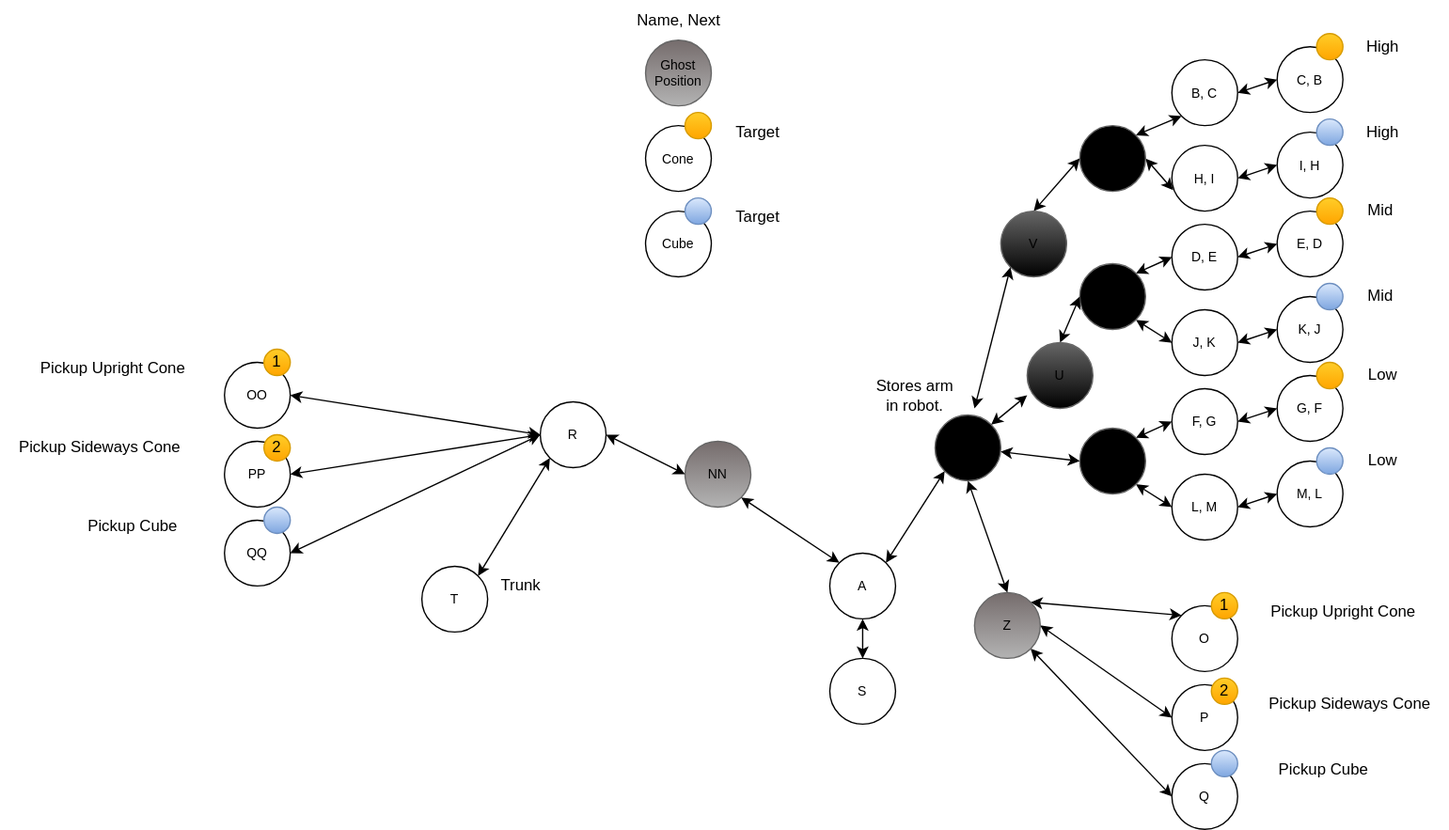
RossRambotics/2023-ChargedUp keeps this draw.io diagram as src/main/java/frc/robot/subsystems/Arm/arm.drawio.svg. Above is the earlier version. Source tidied: cells renumbered, new cells last; positions are measured from the earlier drawing's top-left corner, leaving out a move shared by most shapes.
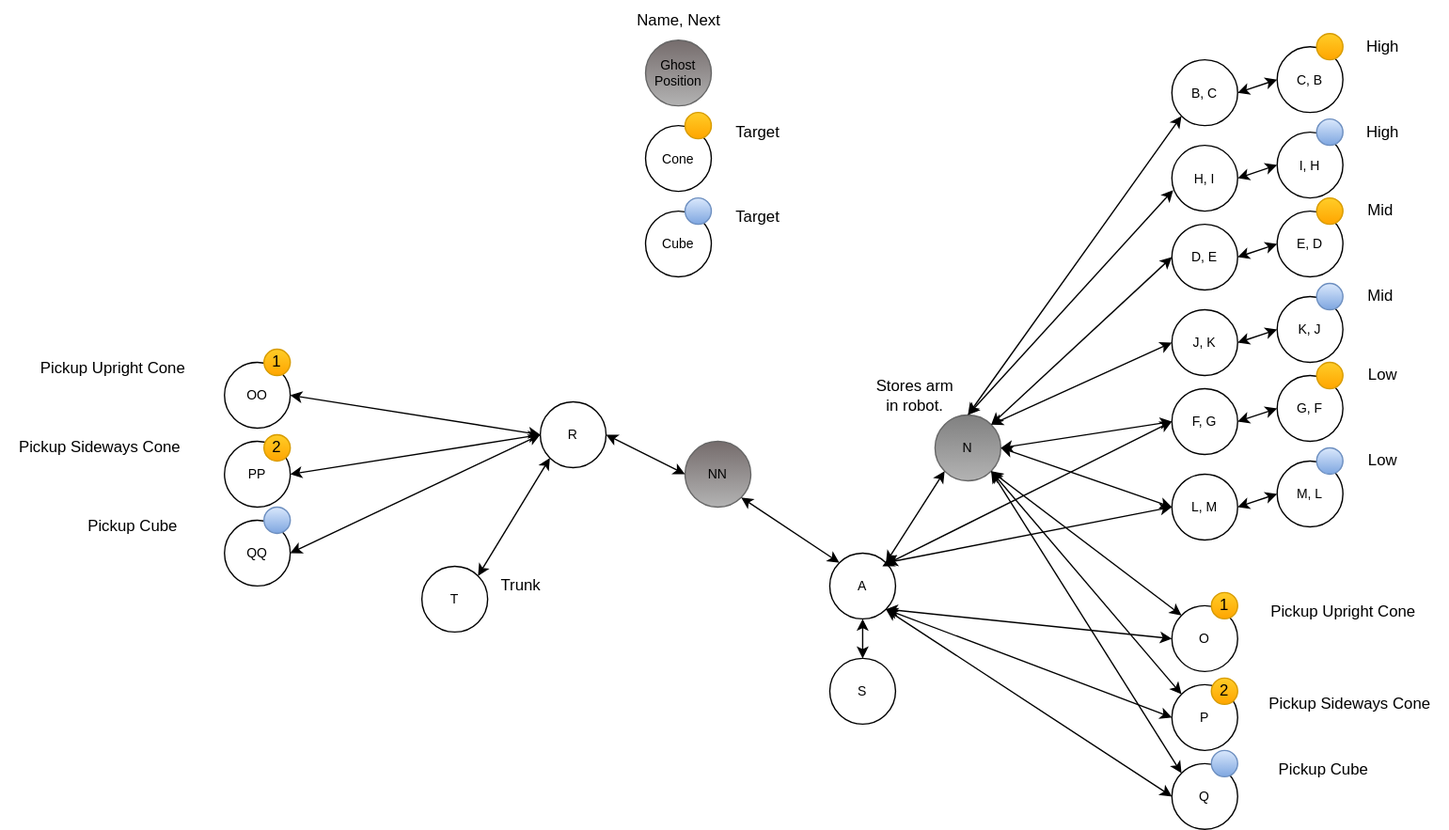
Later version of the same file.

Change to the diagram source:
```diff
@@ -5,7 +5,7 @@
     <mxCell id="2" value="Name, Next&lt;br&gt;" style="text;html=1;align=center;verticalAlign=middle;strokeColor=none;fillColor=none;" parent="1" vertex="1">
       <mxGeometry x="470" width="90" height="30" as="geometry" />
     </mxCell>
-    <mxCell id="3" value="N" style="ellipse;whiteSpace=wrap;html=1;fontSize=10;fillColor=#000000;gradientColor=none;strokeColor=#666666;" parent="1" vertex="1">
+    <mxCell id="3" value="N" style="ellipse;whiteSpace=wrap;html=1;fontSize=10;fillColor=#808080;gradientColor=#b3b3b3;strokeColor=#666666;" parent="1" vertex="1">
       <mxGeometry x="710" y="315" width="50" height="50" as="geometry" />
     </mxCell>
     <mxCell id="4" value="B, C" style="ellipse;whiteSpace=wrap;html=1;fontSize=10;" parent="1" vertex="1">
@@ -17,7 +17,7 @@
     <mxCell id="6" style="edgeStyle=none;html=1;exitX=0;exitY=0.5;exitDx=0;exitDy=0;entryX=1;entryY=0.5;entryDx=0;entryDy=0;fontSize=10;startArrow=classic;startFill=1;" parent="1" edge="1" source="5" target="4">
       <mxGeometry relative="1" as="geometry" />
     </mxCell>
-    <mxCell id="7" style="edgeStyle=none;html=1;exitX=0;exitY=1;exitDx=0;exitDy=0;entryX=1;entryY=0;entryDx=0;entryDy=0;fontSize=10;startArrow=classic;startFill=1;" parent="1" edge="1" source="4" target="83">
+    <mxCell id="7" style="edgeStyle=none;html=1;exitX=0;exitY=1;exitDx=0;exitDy=0;entryX=0.5;entryY=0;entryDx=0;entryDy=0;fontSize=10;startArrow=classic;startFill=1;" parent="1" edge="1" source="4" target="3">
       <mxGeometry relative="1" as="geometry" />
     </mxCell>
     <mxCell id="8" style="ellipse;whiteSpace=wrap;html=1;fillColor=#ffcd28;gradientColor=#ffa500;strokeColor=#d79b00;" parent="1" vertex="1">
@@ -56,10 +56,10 @@
     <mxCell id="19" value="Low" style="text;html=1;align=center;verticalAlign=middle;strokeColor=none;fillColor=none;" parent="1" vertex="1">
       <mxGeometry x="1025" y="270" width="50" height="30" as="geometry" />
     </mxCell>
-    <mxCell id="20" style="edgeStyle=none;html=1;exitX=0;exitY=0.5;exitDx=0;exitDy=0;entryX=1;entryY=0;entryDx=0;entryDy=0;fontSize=10;startArrow=classic;startFill=1;" parent="1" edge="1" source="9" target="84">
+    <mxCell id="20" style="edgeStyle=none;html=1;exitX=0;exitY=0.5;exitDx=0;exitDy=0;entryX=1;entryY=0;entryDx=0;entryDy=0;fontSize=10;startArrow=classic;startFill=1;" parent="1" edge="1" source="9" target="3">
       <mxGeometry relative="1" as="geometry" />
     </mxCell>
-    <mxCell id="21" style="edgeStyle=none;html=1;exitX=0;exitY=0.5;exitDx=0;exitDy=0;entryX=1;entryY=0;entryDx=0;entryDy=0;fontSize=10;startArrow=classic;startFill=1;" parent="1" edge="1" source="14" target="85">
+    <mxCell id="21" style="edgeStyle=none;html=1;exitX=0;exitY=0.5;exitDx=0;exitDy=0;entryX=1;entryY=0.5;entryDx=0;entryDy=0;fontSize=10;startArrow=classic;startFill=1;" parent="1" edge="1" source="14" target="3">
       <mxGeometry relative="1" as="geometry" />
     </mxCell>
     <mxCell id="22" value="H, I" style="ellipse;whiteSpace=wrap;html=1;fontSize=10;" parent="1" vertex="1">
@@ -107,13 +107,13 @@
     <mxCell id="36" value="Low" style="text;html=1;align=center;verticalAlign=middle;strokeColor=none;fillColor=none;" parent="1" vertex="1">
       <mxGeometry x="1025" y="335" width="50" height="30" as="geometry" />
     </mxCell>
-    <mxCell id="37" style="edgeStyle=none;html=1;exitX=0.02;exitY=0.68;exitDx=0;exitDy=0;entryX=1;entryY=0.5;entryDx=0;entryDy=0;fontSize=10;startArrow=classic;startFill=1;exitPerimeter=0;" parent="1" edge="1" source="22" target="83">
+    <mxCell id="37" style="edgeStyle=none;html=1;exitX=0.02;exitY=0.68;exitDx=0;exitDy=0;entryX=0.5;entryY=0;entryDx=0;entryDy=0;fontSize=10;startArrow=classic;startFill=1;exitPerimeter=0;" parent="1" edge="1" source="22" target="3">
       <mxGeometry relative="1" as="geometry" />
     </mxCell>
-    <mxCell id="38" style="edgeStyle=none;html=1;exitX=0;exitY=0.5;exitDx=0;exitDy=0;entryX=1;entryY=1;entryDx=0;entryDy=0;fontSize=10;startArrow=classic;startFill=1;" parent="1" edge="1" source="26" target="84">
+    <mxCell id="38" style="edgeStyle=none;html=1;exitX=0;exitY=0.5;exitDx=0;exitDy=0;entryX=1;entryY=0;entryDx=0;entryDy=0;fontSize=10;startArrow=classic;startFill=1;" parent="1" edge="1" source="26" target="3">
       <mxGeometry relative="1" as="geometry" />
     </mxCell>
-    <mxCell id="39" style="edgeStyle=none;html=1;exitX=0;exitY=0.5;exitDx=0;exitDy=0;entryX=1;entryY=1;entryDx=0;entryDy=0;fontSize=10;startArrow=classic;startFill=1;" parent="1" edge="1" source="31" target="85">
+    <mxCell id="39" style="edgeStyle=none;html=1;exitX=0;exitY=0.5;exitDx=0;exitDy=0;entryX=1;entryY=0.5;entryDx=0;entryDy=0;fontSize=10;startArrow=classic;startFill=1;" parent="1" edge="1" source="31" target="3">
       <mxGeometry relative="1" as="geometry" />
     </mxCell>
     <mxCell id="40" value="A" style="ellipse;whiteSpace=wrap;html=1;fontSize=10;" parent="1" vertex="1">
@@ -152,7 +152,7 @@
     <mxCell id="51" value="O" style="ellipse;whiteSpace=wrap;html=1;fontSize=10;" parent="1" vertex="1">
       <mxGeometry x="890" y="460" width="50" height="50" as="geometry" />
     </mxCell>
-    <mxCell id="52" style="edgeStyle=none;html=1;exitX=0;exitY=0;exitDx=0;exitDy=0;fontSize=10;startArrow=classic;startFill=1;entryX=1;entryY=0;entryDx=0;entryDy=0;" parent="1" edge="1" source="51" target="82">
+    <mxCell id="52" style="edgeStyle=none;html=1;exitX=0;exitY=0.5;exitDx=0;exitDy=0;fontSize=10;startArrow=classic;startFill=1;entryX=1;entryY=1;entryDx=0;entryDy=0;" parent="1" edge="1" source="51" target="40">
       <mxGeometry relative="1" as="geometry" />
     </mxCell>
     <mxCell id="53" value="P" style="ellipse;whiteSpace=wrap;html=1;fontSize=10;" parent="1" vertex="1">
@@ -170,10 +170,10 @@
     <mxCell id="57" style="ellipse;whiteSpace=wrap;html=1;fillColor=#dae8fc;gradientColor=#7ea6e0;strokeColor=#6c8ebf;" parent="1" vertex="1">
       <mxGeometry x="920" y="570" width="20" height="20" as="geometry" />
     </mxCell>
-    <mxCell id="58" style="edgeStyle=none;html=1;exitX=0;exitY=0.5;exitDx=0;exitDy=0;fontSize=10;startArrow=classic;startFill=1;entryX=1;entryY=0.5;entryDx=0;entryDy=0;" parent="1" edge="1" source="53" target="82">
+    <mxCell id="58" style="edgeStyle=none;html=1;exitX=0;exitY=0.5;exitDx=0;exitDy=0;fontSize=10;startArrow=classic;startFill=1;entryX=1;entryY=1;entryDx=0;entryDy=0;" parent="1" edge="1" source="53" target="40">
       <mxGeometry relative="1" as="geometry" />
     </mxCell>
-    <mxCell id="59" style="edgeStyle=none;html=1;exitX=0;exitY=0.5;exitDx=0;exitDy=0;fontSize=10;startArrow=classic;startFill=1;entryX=1;entryY=1;entryDx=0;entryDy=0;" parent="1" edge="1" source="54" target="82">
+    <mxCell id="59" style="edgeStyle=none;html=1;exitX=0;exitY=0.5;exitDx=0;exitDy=0;fontSize=10;startArrow=classic;startFill=1;entryX=1;entryY=1;entryDx=0;entryDy=0;" parent="1" edge="1" source="54" target="40">
       <mxGeometry relative="1" as="geometry" />
     </mxCell>
     <mxCell id="60" value="Pickup Cube&amp;nbsp; &amp;nbsp;&amp;nbsp;" style="text;html=1;align=center;verticalAlign=middle;strokeColor=none;fillColor=none;" parent="1" vertex="1">
@@ -242,46 +242,25 @@
     <mxCell id="81" value="Trunk" style="text;html=1;align=center;verticalAlign=middle;strokeColor=none;fillColor=none;" parent="1" vertex="1">
       <mxGeometry x="370" y="430" width="50" height="30" as="geometry" />
     </mxCell>
-    <mxCell id="82" value="Z" style="ellipse;whiteSpace=wrap;html=1;fontSize=10;fillColor=#756c6c;gradientColor=#b3b3b3;strokeColor=#666666;" parent="1" vertex="1">
-      <mxGeometry x="740" y="450" width="50" height="50" as="geometry" />
-    </mxCell>
-    <mxCell id="83" value="Y" style="ellipse;whiteSpace=wrap;html=1;fontSize=10;fillColor=#000000;gradientColor=none;strokeColor=#666666;" parent="1" vertex="1">
-      <mxGeometry x="820" y="95" width="50" height="50" as="geometry" />
-    </mxCell>
-    <mxCell id="84" value="X" style="ellipse;whiteSpace=wrap;html=1;fontSize=10;fillColor=#000000;gradientColor=none;strokeColor=#666666;" parent="1" vertex="1">
-      <mxGeometry x="820" y="200" width="50" height="50" as="geometry" />
-    </mxCell>
-    <mxCell id="85" value="W" style="ellipse;whiteSpace=wrap;html=1;fontSize=10;fillColor=#000000;gradientColor=none;strokeColor=#666666;" parent="1" vertex="1">
-      <mxGeometry x="820" y="325" width="50" height="50" as="geometry" />
-    </mxCell>
-    <mxCell id="86" style="edgeStyle=none;html=1;exitX=0;exitY=0.5;exitDx=0;exitDy=0;fontSize=10;startArrow=classic;startFill=1;" parent="1" edge="1" source="85" target="3">
-      <mxGeometry relative="1" as="geometry" />
-    </mxCell>
-    <mxCell id="87" style="edgeStyle=none;html=1;exitX=0;exitY=0.5;exitDx=0;exitDy=0;fontSize=10;startArrow=classic;startFill=1;entryX=0.5;entryY=0;entryDx=0;entryDy=0;" parent="1" edge="1" source="84" target="93">
-      <mxGeometry relative="1" as="geometry" />
-    </mxCell>
-    <mxCell id="88" style="edgeStyle=none;html=1;exitX=0;exitY=0.5;exitDx=0;exitDy=0;fontSize=10;startArrow=classic;startFill=1;entryX=0.5;entryY=0;entryDx=0;entryDy=0;" parent="1" edge="1" source="83" target="89">
-      <mxGeometry relative="1" as="geometry" />
-    </mxCell>
-    <mxCell id="89" value="&amp;nbsp;V" style="ellipse;whiteSpace=wrap;html=1;fontSize=10;fillColor=#666666;gradientColor=default;strokeColor=#666666;" parent="1" vertex="1">
-      <mxGeometry x="760" y="160" width="50" height="50" as="geometry" />
-    </mxCell>
-    <mxCell id="90" style="edgeStyle=none;html=1;exitX=0;exitY=1;exitDx=0;exitDy=0;fontSize=10;startArrow=classic;startFill=1;" parent="1" edge="1" source="89">
-      <mxGeometry relative="1" as="geometry">
-        <mxPoint x="740" y="310" as="targetPoint" />
-      </mxGeometry>
-    </mxCell>
-    <mxCell id="91" style="edgeStyle=none;html=1;exitX=0.5;exitY=0;exitDx=0;exitDy=0;fontSize=10;startArrow=classic;startFill=1;entryX=0.5;entryY=1;entryDx=0;entryDy=0;" parent="1" edge="1" source="82" target="3">
-      <mxGeometry relative="1" as="geometry" />
-    </mxCell>
     <mxCell id="92" value="Stores arm in robot." style="text;strokeColor=none;align=center;fillColor=none;html=1;verticalAlign=middle;whiteSpace=wrap;rounded=0;" parent="1" vertex="1">
       <mxGeometry x="660" y="285" width="70" height="30" as="geometry" />
     </mxCell>
-    <mxCell id="93" value="U" style="ellipse;whiteSpace=wrap;html=1;fontSize=10;fillColor=#666666;gradientColor=default;strokeColor=#666666;" parent="1" vertex="1">
-      <mxGeometry x="780" y="260" width="50" height="50" as="geometry" />
-    </mxCell>
-    <mxCell id="94" style="edgeStyle=none;html=1;exitX=0;exitY=0.8;exitDx=0;exitDy=0;fontSize=10;startArrow=classic;startFill=1;entryX=1;entryY=0;entryDx=0;entryDy=0;exitPerimeter=0;" parent="1" edge="1" source="93" target="3">
-      <mxGeometry relative="1" as="geometry" />
-    </mxCell>
+    <mxCell id="95" style="edgeStyle=none;html=1;exitX=0;exitY=0;exitDx=0;exitDy=0;fontSize=10;startArrow=classic;startFill=1;entryX=1;entryY=1;entryDx=0;entryDy=0;" parent="1" edge="1" source="54" target="3">
+      <mxGeometry relative="1" as="geometry" />
+    </mxCell>
+    <mxCell id="96" style="edgeStyle=none;html=1;exitX=0;exitY=0;exitDx=0;exitDy=0;fontSize=10;startArrow=classic;startFill=1;entryX=1;entryY=1;entryDx=0;entryDy=0;" parent="1" edge="1" source="53" target="3">
+      <mxGeometry relative="1" as="geometry" />
+    </mxCell>
+    <mxCell id="97" style="edgeStyle=none;html=1;exitX=0;exitY=0;exitDx=0;exitDy=0;fontSize=10;startArrow=classic;startFill=1;entryX=1;entryY=1;entryDx=0;entryDy=0;" parent="1" edge="1" source="51" target="3">
+      <mxGeometry relative="1" as="geometry" />
+    </mxCell>
+    <mxCell id="98" style="edgeStyle=none;html=1;exitX=0;exitY=0.5;exitDx=0;exitDy=0;fontSize=10;startArrow=classic;startFill=1;" parent="1" edge="1" source="14">
+      <mxGeometry relative="1" as="geometry">
+        <mxPoint x="670" y="430" as="targetPoint" />
+      </mxGeometry>
+    </mxCell>
+    <mxCell id="99" style="edgeStyle=none;html=1;exitX=0;exitY=0.5;exitDx=0;exitDy=0;fontSize=10;startArrow=classic;startFill=1;entryX=1;entryY=0;entryDx=0;entryDy=0;" parent="1" edge="1" source="31" target="40">
+      <mxGeometry relative="1" as="geometry" />
+    </mxCell>
   </root>
 </mxGraphModel>
```
